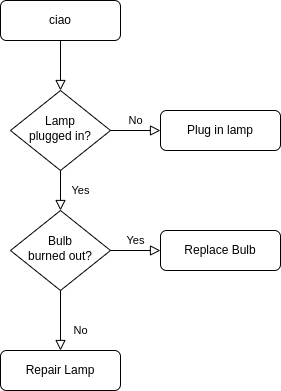
This is Flowchart.drawio.png from FedeMala00/second_assignment, a draw.io export, as it was before one commit. Source tidied: cells renumbered, new cells last; positions are measured from the earlier drawing's top-left corner, leaving out a move shared by most shapes.
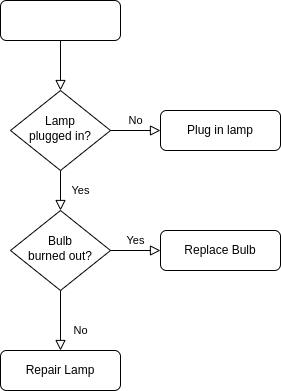
Later version of the same file.

The edit, as a diff of the source:
```diff
@@ -5,7 +5,7 @@
     <mxCell id="2" style="rounded=0;html=1;jettySize=auto;fontSize=11;endArrow=block;endFill=0;endSize=8;strokeWidth=1;shadow=0;labelBackgroundColor=none;edgeStyle=orthogonalEdgeStyle;" parent="1" edge="1" source="3" target="6">
       <mxGeometry relative="1" as="geometry" />
     </mxCell>
-    <mxCell id="3" value="ciao" style="rounded=1;whiteSpace=wrap;html=1;fontSize=12;glass=0;strokeWidth=1;shadow=0;" parent="1" vertex="1">
+    <mxCell id="3" style="rounded=1;whiteSpace=wrap;html=1;fontSize=12;glass=0;strokeWidth=1;shadow=0;" parent="1" vertex="1">
       <mxGeometry width="120" height="40" as="geometry" />
     </mxCell>
     <mxCell id="4" value="Yes" style="rounded=0;html=1;jettySize=auto;fontSize=11;endArrow=block;endFill=0;endSize=8;strokeWidth=1;shadow=0;labelBackgroundColor=none;edgeStyle=orthogonalEdgeStyle;" parent="1" edge="1" source="6" target="10">
```
